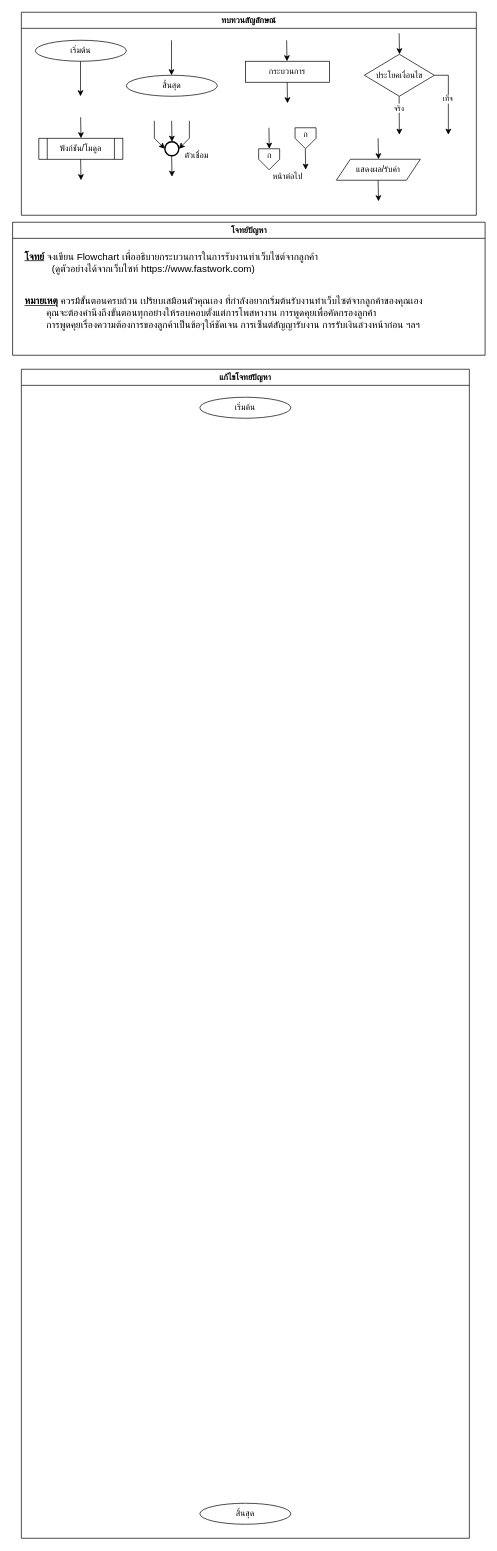
This is Homework/HW02/hw02-2-requirement.drawio from engcc304/hw03-2-codex-and-fig-bugs-natthakit111, a draw.io file, before an edit. Source tidied: cells renumbered, new cells numbered last; positions are measured from the earlier drawing's top-left corner, leaving out a move shared by most shapes. Both pictures are drawn from the tidied source at 70%, with x=0, y=0 at pixel (13, 12).
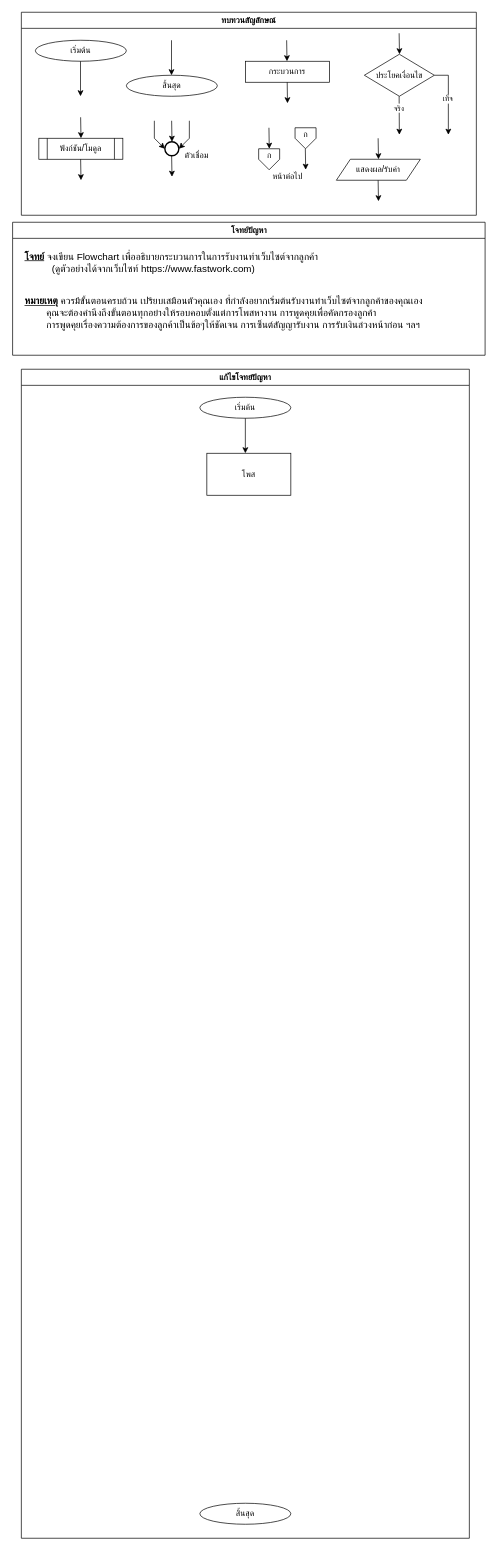
Above is the later version.

The change refers to these unchanged cells:
```xml
<mxCell id="35" value="แก้ไขโจทย์ปัญหา" style="swimlane;fontFamily=Sarabun;" parent="1" vertex="1">
  <mxGeometry x="12" y="510" width="640" height="1670" as="geometry" />
</mxCell>
<mxCell id="36" value="&lt;font face=&quot;Sarabun&quot;&gt;เริ่มต้น&lt;/font&gt;" style="ellipse;whiteSpace=wrap;html=1;" parent="35" vertex="1">
  <mxGeometry x="255" y="40" width="130" height="30" as="geometry" />
</mxCell>
```

What changed in the source:
```diff
@@
+    <mxCell id="40" value="โพส" style="rounded=0;whiteSpace=wrap;html=1;" parent="35" vertex="1">
+      <mxGeometry x="265" y="120" width="120" height="60" as="geometry" />
+    </mxCell>
@@
+    <mxCell id="41" style="edgeStyle=none;html=1;" parent="1" edge="1" source="36">
+      <mxGeometry relative="1" as="geometry">
+        <mxPoint x="332" y="630" as="targetPoint" />
+      </mxGeometry>
+    </mxCell>
```
